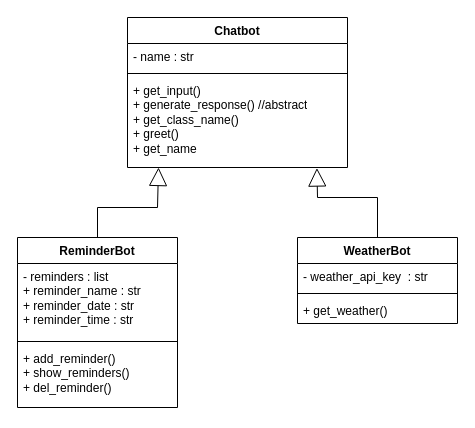
Above: umldiagram.drawio in barisparlakk/omniabotv2 (draw.io), before the change. Source tidied: cells renumbered, new cells numbered last; positions are measured from the earlier drawing's top-left corner, leaving out a move shared by most shapes. Both pictures are drawn from the tidied source at 100%, with x=0, y=0 at pixel (17, 17).
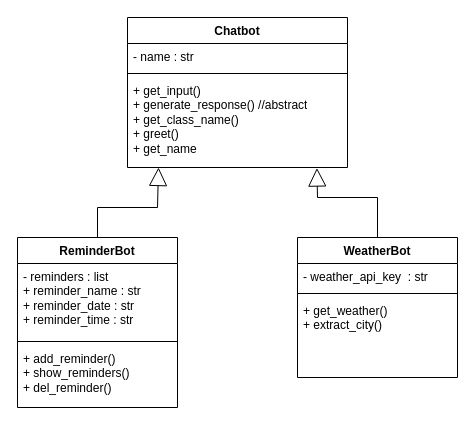
The same page after the edit.

Commit message:
Update UML Diagram

The edit, as a diff of the source:
```diff
@@
 <mxGraphModel>
   <root>
     <mxCell id="0" />
     <mxCell id="1" parent="0" />
     <mxCell id="2" value="Chatbot" style="swimlane;fontStyle=1;align=center;verticalAlign=top;horizontal=1;startSize=26;whiteSpace=wrap;html=1;" parent="1" vertex="1">
       <mxGeometry x="110" width="220" height="150" as="geometry" />
     </mxCell>
     <mxCell id="3" value="- name : str" style="text;strokeColor=none;fillColor=none;align=left;verticalAlign=top;spacingLeft=4;spacingRight=4;overflow=hidden;whiteSpace=wrap;html=1;" parent="2" vertex="1">
       <mxGeometry y="26" width="220" height="26" as="geometry" />
     </mxCell>
     <mxCell id="4" style="line;strokeWidth=1;fillColor=none;align=left;verticalAlign=middle;spacingTop=-1;spacingLeft=3;spacingRight=3;labelPosition=right;strokeColor=inherit;" parent="2" vertex="1">
       <mxGeometry y="52" width="220" height="8" as="geometry" />
     </mxCell>
     <mxCell id="5" value="&lt;div&gt;+ get_input()&lt;/div&gt;&lt;div&gt;+ generate_response() //abstract&lt;/div&gt;&lt;div&gt;+ get_class_name()&lt;/div&gt;&lt;div&gt;+ greet()&lt;/div&gt;&lt;div&gt;+ get_name&lt;/div&gt;" style="text;strokeColor=none;fillColor=none;align=left;verticalAlign=top;spacingLeft=4;spacingRight=4;overflow=hidden;points=[[0,0.5],[1,0.5]];portConstraint=eastwest;whiteSpace=wrap;html=1;" parent="2" vertex="1">
       <mxGeometry y="60" width="220" height="90" as="geometry" />
     </mxCell>
     <mxCell id="6" value="WeatherBot" style="swimlane;fontStyle=1;align=center;verticalAlign=top;horizontal=1;startSize=26;whiteSpace=wrap;html=1;" parent="1" vertex="1">
-      <mxGeometry x="280" y="220" width="160" height="86" as="geometry" />
+      <mxGeometry x="280" y="220" width="160" height="140" as="geometry" />
     </mxCell>
     <mxCell id="7" value="- weather_api_key&amp;nbsp; : str" style="text;strokeColor=none;fillColor=none;align=left;verticalAlign=top;spacingLeft=4;spacingRight=4;overflow=hidden;whiteSpace=wrap;html=1;" parent="6" vertex="1">
       <mxGeometry y="26" width="160" height="26" as="geometry" />
     </mxCell>
     <mxCell id="8" style="line;strokeWidth=1;fillColor=none;align=left;verticalAlign=middle;spacingTop=-1;spacingLeft=3;spacingRight=3;labelPosition=right;strokeColor=inherit;" parent="6" vertex="1">
       <mxGeometry y="52" width="160" height="8" as="geometry" />
     </mxCell>
-    <mxCell id="9" value="+ get_weather()" style="text;strokeColor=none;fillColor=none;align=left;verticalAlign=top;spacingLeft=4;spacingRight=4;overflow=hidden;whiteSpace=wrap;html=1;" parent="6" vertex="1">
-      <mxGeometry y="60" width="160" height="26" as="geometry" />
+    <mxCell id="9" value="+ get_weather()&lt;br&gt;+ extract_city()" style="text;strokeColor=none;fillColor=none;align=left;verticalAlign=top;spacingLeft=4;spacingRight=4;overflow=hidden;whiteSpace=wrap;html=1;" parent="6" vertex="1">
+      <mxGeometry y="60" width="160" height="80" as="geometry" />
     </mxCell>
     <mxCell id="10" value="ReminderBot" style="swimlane;fontStyle=1;align=center;verticalAlign=top;horizontal=1;startSize=26;whiteSpace=wrap;html=1;" parent="1" vertex="1">
       <mxGeometry y="220" width="160" height="170" as="geometry" />
     </mxCell>
     <mxCell id="11" value="- reminders : list&lt;br&gt;+ reminder_name : str&lt;br&gt;+ reminder_date : str&lt;br&gt;+ reminder_time : str" style="text;strokeColor=none;fillColor=none;align=left;verticalAlign=top;spacingLeft=4;spacingRight=4;overflow=hidden;whiteSpace=wrap;html=1;" parent="10" vertex="1">
       <mxGeometry y="26" width="160" height="74" as="geometry" />
     </mxCell>
     <mxCell id="12" style="line;strokeWidth=1;fillColor=none;align=left;verticalAlign=middle;spacingTop=-1;spacingLeft=3;spacingRight=3;labelPosition=right;strokeColor=inherit;" parent="10" vertex="1">
       <mxGeometry y="100" width="160" height="8" as="geometry" />
     </mxCell>
     <mxCell id="13" value="&lt;div&gt;+ add_reminder()&lt;/div&gt;&lt;div&gt;+ show_reminders()&lt;br&gt;&lt;/div&gt;&lt;div&gt;+ del_reminder()&lt;/div&gt;" style="text;strokeColor=none;fillColor=none;align=left;verticalAlign=top;spacingLeft=4;spacingRight=4;overflow=hidden;whiteSpace=wrap;html=1;" parent="10" vertex="1">
       <mxGeometry y="108" width="160" height="62" as="geometry" />
     </mxCell>
     <mxCell id="14" style="endArrow=block;endSize=16;endFill=0;html=1;rounded=0;exitX=0.5;exitY=0;exitDx=0;exitDy=0;entryX=0.141;entryY=1;entryDx=0;entryDy=0;entryPerimeter=0;" parent="1" edge="1" source="10" target="5">
       <mxGeometry relative="1" as="geometry">
         <Array as="points">
           <mxPoint x="80" y="190" />
           <mxPoint x="140" y="190" />
         </Array>
       </mxGeometry>
     </mxCell>
     <mxCell id="15" style="endArrow=block;endSize=16;endFill=0;html=1;rounded=0;entryX=0.861;entryY=1.006;entryDx=0;entryDy=0;entryPerimeter=0;exitX=0.5;exitY=0;exitDx=0;exitDy=0;" parent="1" edge="1" source="6" target="5">
       <mxGeometry relative="1" as="geometry">
         <Array as="points">
           <mxPoint x="360" y="180" />
           <mxPoint x="300" y="180" />
         </Array>
       </mxGeometry>
     </mxCell>
   </root>
 </mxGraphModel>
```
